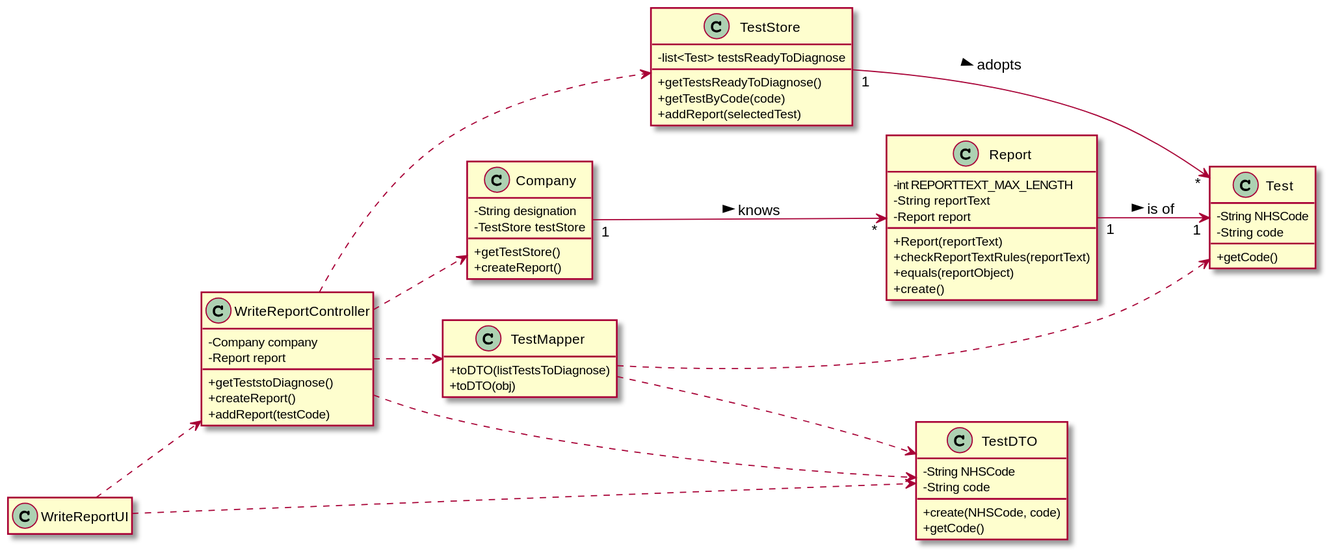
Above: docs/SprintC/US_14/US014_CD.svg in ana-albergaria/LAPR2-ISEP (PlantUML), before the change. Source of this version:
```plantuml
@startuml
hide empty methods
hide empty attributes
left to right direction
skinparam classAttributeIconSize 0

class Report {
    - int REPORTTEXT_MAX_LENGTH
    - String reportText
    - Report report
    + Report(reportText)
    + checkReportTextRules(reportText)
    + equals(reportObject)
    + create()
}

class TestStore {
    -list<Test> testsReadyToDiagnose
    +getTestsReadyToDiagnose()
    +getTestByCode(code)
    +addReport(selectedTest)
}

class Test {
    -String NHSCode
    -String code
    +getCode()
}

class TestMapper {
    +toDTO(listTestsToDiagnose)
    +toDTO(obj)
}

class TestDTO {
    -String NHSCode
    -String code
    +create(NHSCode, code)
    +getCode()
}

class Company {
    -String designation
    -TestStore testStore
    +getTestStore()
    +createReport()
}

class WriteReportController {
    -Company company
    -Report report
    +getTeststoDiagnose()
    +createReport()
    +addReport(testCode)
}

class WriteReportUI {
}

WriteReportUI ..> WriteReportController
WriteReportUI ..> TestDTO
WriteReportController ..> TestMapper
WriteReportController ..> Company
WriteReportController ..> TestStore
WriteReportController ..> TestDTO
TestStore "1" -> "*" Test : adopts >
Company "1" --> "*" Report : knows >
Report "1" --> "1" Test : is of >
TestMapper ..> Test
TestMapper ..> TestDTO

@enduml
```
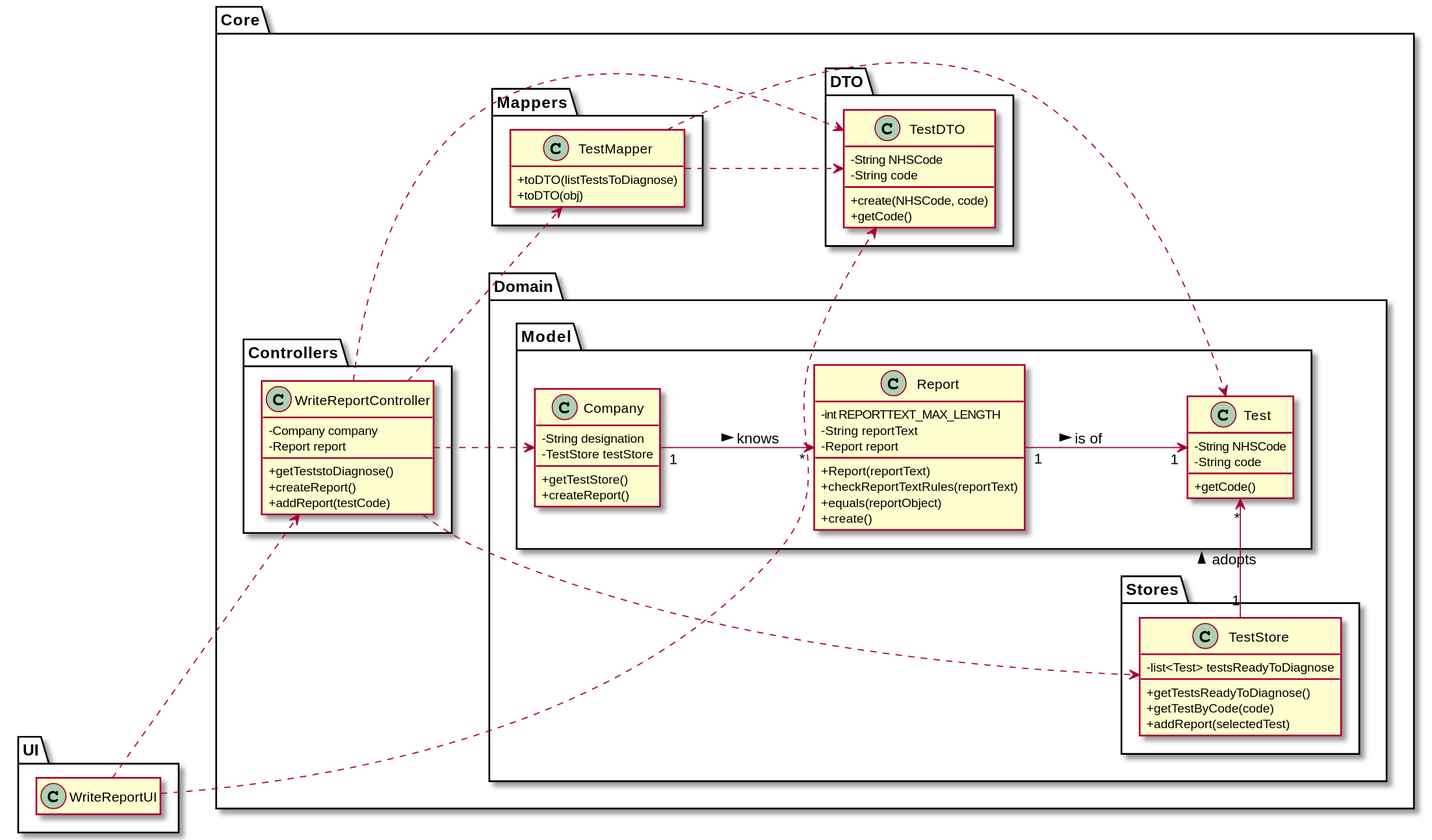
The same diagram one commit later.

The edit, as a diff of the source:
```diff
@@ -3,6 +3,19 @@
 hide empty attributes
 left to right direction
 skinparam classAttributeIconSize 0
+
+package Core {
+
+package Domain {
+
+package Model {
+
+class Company {
+    -String designation
+    -TestStore testStore
+    +getTestStore()
+    +createReport()
+}
 
 class Report {
     - int REPORTTEXT_MAX_LENGTH
@@ -14,6 +27,16 @@
     + create()
 }
 
+class Test {
+    -String NHSCode
+    -String code
+    +getCode()
+}
+
+}
+
+package Stores {
+
 class TestStore {
     -list<Test> testsReadyToDiagnose
     +getTestsReadyToDiagnose()
@@ -21,16 +44,20 @@
     +addReport(selectedTest)
 }
 
-class Test {
-    -String NHSCode
-    -String code
-    +getCode()
 }
+
+}
+
+package Mappers {
 
 class TestMapper {
     +toDTO(listTestsToDiagnose)
     +toDTO(obj)
 }
+
+}
+
+package DTO {
 
 class TestDTO {
     -String NHSCode
@@ -39,12 +66,9 @@
     +getCode()
 }
 
-class Company {
-    -String designation
-    -TestStore testStore
-    +getTestStore()
-    +createReport()
 }
+
+package Controllers {
 
 class WriteReportController {
     -Company company
@@ -54,7 +78,15 @@
     +addReport(testCode)
 }
 
+}
+
+}
+
+package UI {
+
 class WriteReportUI {
+}
+
 }
 
 WriteReportUI ..> WriteReportController
```
